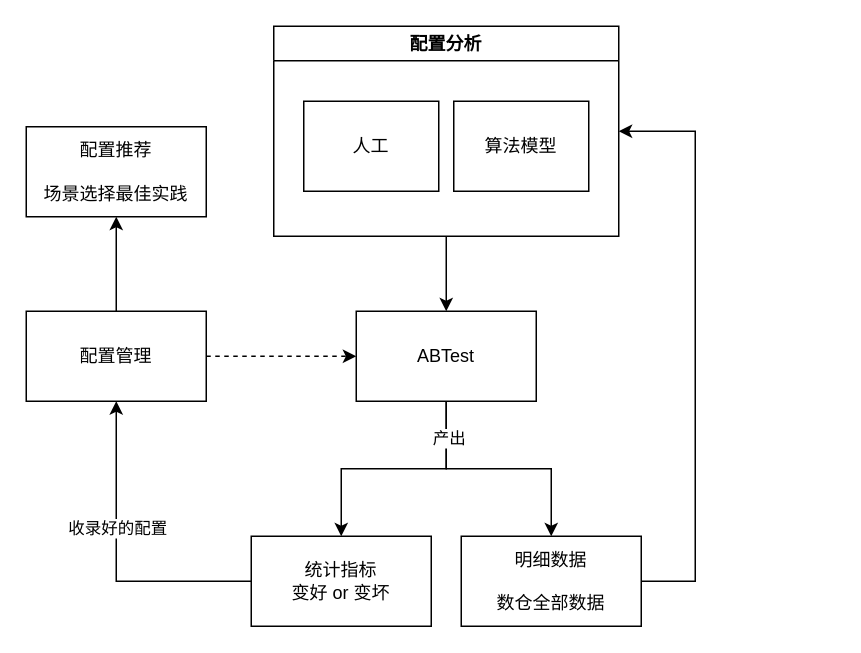
Earlier version of the draw.io diagram page "配置中心ABTest" (2 of 2) of hello.drawio (chenjinying1988/diagrams). Source tidied: cells renumbered, new cells numbered last; positions are measured from the earlier drawing's top-left corner, leaving out a move shared by most shapes. Both pictures are drawn from the tidied source at 150%, with x=0, y=0 at pixel (26, 26).
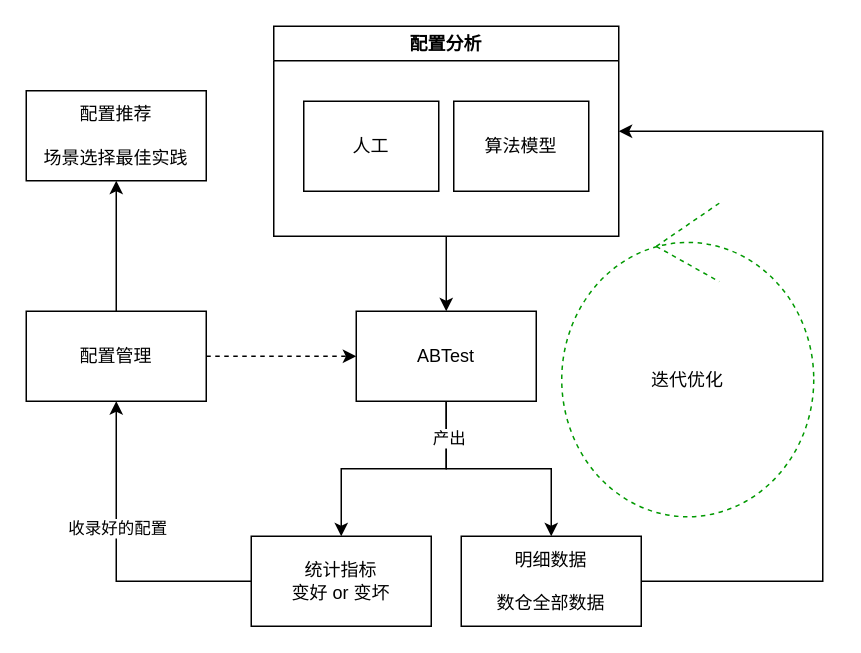
The same diagram, later.

Unchanged cells that the change refers to:
```xml
<mxCell id="13" value="明细数据&lt;br&gt;&lt;br&gt;数仓全部数据" style="rounded=0;whiteSpace=wrap;html=1;" parent="1" vertex="1">
  <mxGeometry x="290" y="340" width="120" height="60" as="geometry" />
</mxCell>
<mxCell id="15" value="配置分析" style="swimlane;" parent="1" vertex="1">
  <mxGeometry x="165" width="230" height="140" as="geometry" />
</mxCell>
```

The edit, as a diff of the source:
```diff
@@
     <mxCell id="12" style="edgeStyle=orthogonalEdgeStyle;rounded=0;jettySize=auto;html=1;entryX=1;entryY=0.5;entryDx=0;entryDy=0;exitX=1;exitY=0.5;exitDx=0;exitDy=0;" parent="1" edge="1" source="13" target="15">
       <mxGeometry relative="1" as="geometry">
         <Array as="points">
-          <mxPoint x="446" y="370" />
-          <mxPoint x="446" y="70" />
+          <mxPoint x="531" y="370" />
+          <mxPoint x="531" y="70" />
         </Array>
       </mxGeometry>
     </mxCell>
@@
     <mxCell id="18" value="配置推荐&lt;br&gt;&lt;br&gt;场景选择最佳实践" style="rounded=0;whiteSpace=wrap;html=1;" parent="1" vertex="1">
-      <mxGeometry y="67" width="120" height="60" as="geometry" />
+      <mxGeometry y="43" width="120" height="60" as="geometry" />
     </mxCell>
+    <mxCell id="19" value="迭代优化" style="ellipse;shape=umlControl;whiteSpace=wrap;html=1;dashed=1;strokeColor=#009900;" parent="1" vertex="1">
+      <mxGeometry x="357" y="118" width="168" height="209" as="geometry" />
+    </mxCell>
```
